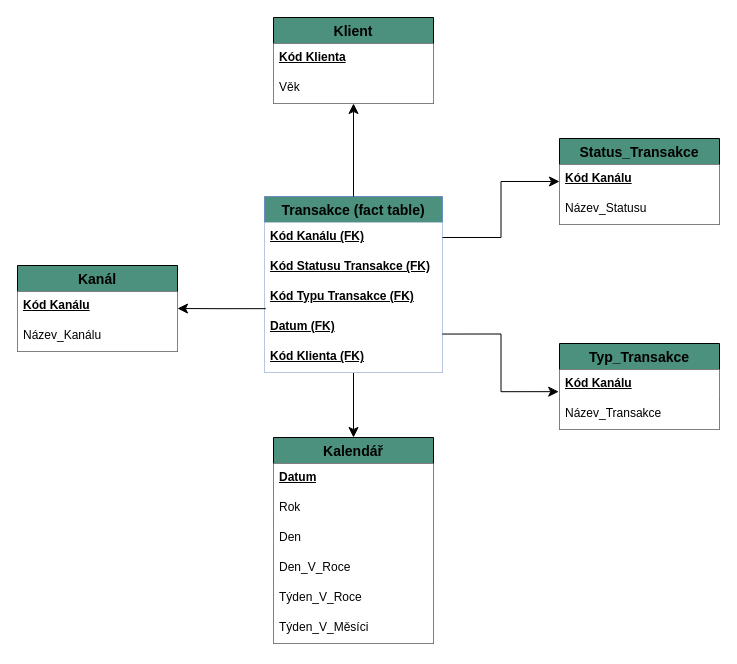
The draw.io diagram page "Star" (4 of 4) of pis-hw5.drawio in Finishxx/draw-io, before the edit. Source tidied: cells renumbered, new cells numbered last; positions are measured from the earlier drawing's top-left corner, leaving out a move shared by most shapes. Both pictures are drawn from the tidied source at 100%, with x=0, y=0 at pixel (17, 17).
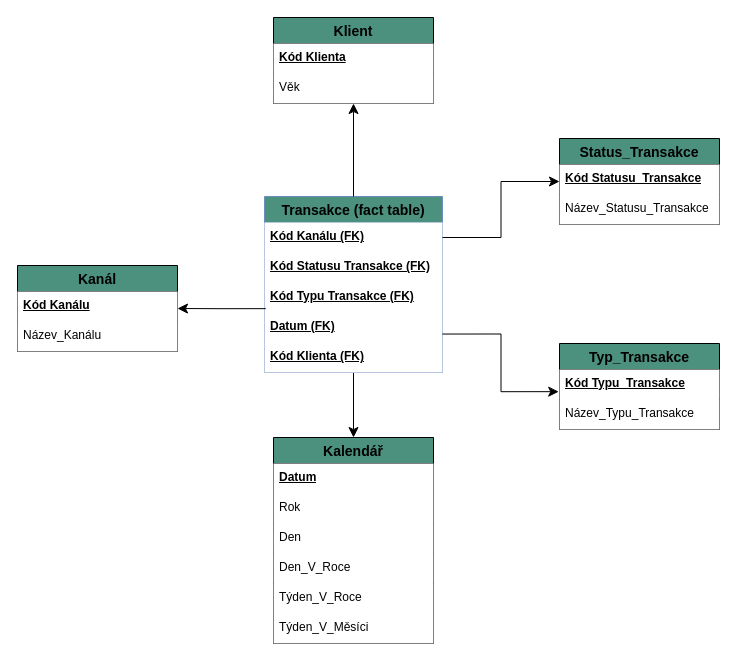
After the change.

The change refers to these unchanged cells:
```xml
<mxCell id="16" value="Typ_Transakce" style="swimlane;fontStyle=1;horizontal=1;startSize=26;align=center;fontSize=14;fillColor=#4B917D;" parent="1" vertex="1">
  <mxGeometry x="542" y="326" width="160" height="86" as="geometry" />
</mxCell>
<mxCell id="19" value="Status_Transakce" style="swimlane;fontStyle=1;horizontal=1;startSize=26;align=center;fontSize=14;fillColor=#4B917D;" parent="1" vertex="1">
  <mxGeometry x="542" y="121" width="160" height="86" as="geometry" />
</mxCell>
```

The edit, as a diff of the source:
```diff
@@
-    <mxCell id="17" value="Kód Kanálu" style="text;spacingLeft=4;spacingRight=4;overflow=hidden;points=[[0,0.5],[1,0.5]];portConstraint=eastwest;fontSize=12;whiteSpace=wrap;html=1;fontStyle=5;fillColor=default;" parent="16" vertex="1">
+    <mxCell id="17" value="Kód Typu_Transakce" style="text;spacingLeft=4;spacingRight=4;overflow=hidden;points=[[0,0.5],[1,0.5]];portConstraint=eastwest;fontSize=12;whiteSpace=wrap;html=1;fontStyle=5;fillColor=default;" parent="16" vertex="1">
       <mxGeometry y="26" width="160" height="30" as="geometry" />
     </mxCell>
-    <mxCell id="18" value="Název_Transakce" style="text;spacingLeft=4;spacingRight=4;overflow=hidden;fontSize=12;whiteSpace=wrap;html=1;fillColor=default;" parent="16" vertex="1">
+    <mxCell id="18" value="Název_Typu_Transakce" style="text;spacingLeft=4;spacingRight=4;overflow=hidden;fontSize=12;whiteSpace=wrap;html=1;fillColor=default;" parent="16" vertex="1">
       <mxGeometry y="56" width="160" height="30" as="geometry" />
     </mxCell>
@@
-    <mxCell id="20" value="Kód Kanálu" style="text;spacingLeft=4;spacingRight=4;overflow=hidden;fontSize=12;whiteSpace=wrap;html=1;fontStyle=5;fillColor=default;" parent="19" vertex="1">
+    <mxCell id="20" value="Kód Statusu_Transakce" style="text;spacingLeft=4;spacingRight=4;overflow=hidden;fontSize=12;whiteSpace=wrap;html=1;fontStyle=5;fillColor=default;" parent="19" vertex="1">
       <mxGeometry y="26" width="160" height="30" as="geometry" />
     </mxCell>
-    <mxCell id="21" value="Název_Statusu" style="text;spacingLeft=4;spacingRight=4;overflow=hidden;fontSize=12;whiteSpace=wrap;html=1;fillColor=default;" parent="19" vertex="1">
+    <mxCell id="21" value="Název_Statusu_Transakce" style="text;spacingLeft=4;spacingRight=4;overflow=hidden;fontSize=12;whiteSpace=wrap;html=1;fillColor=default;" parent="19" vertex="1">
       <mxGeometry y="56" width="160" height="30" as="geometry" />
     </mxCell>
```
